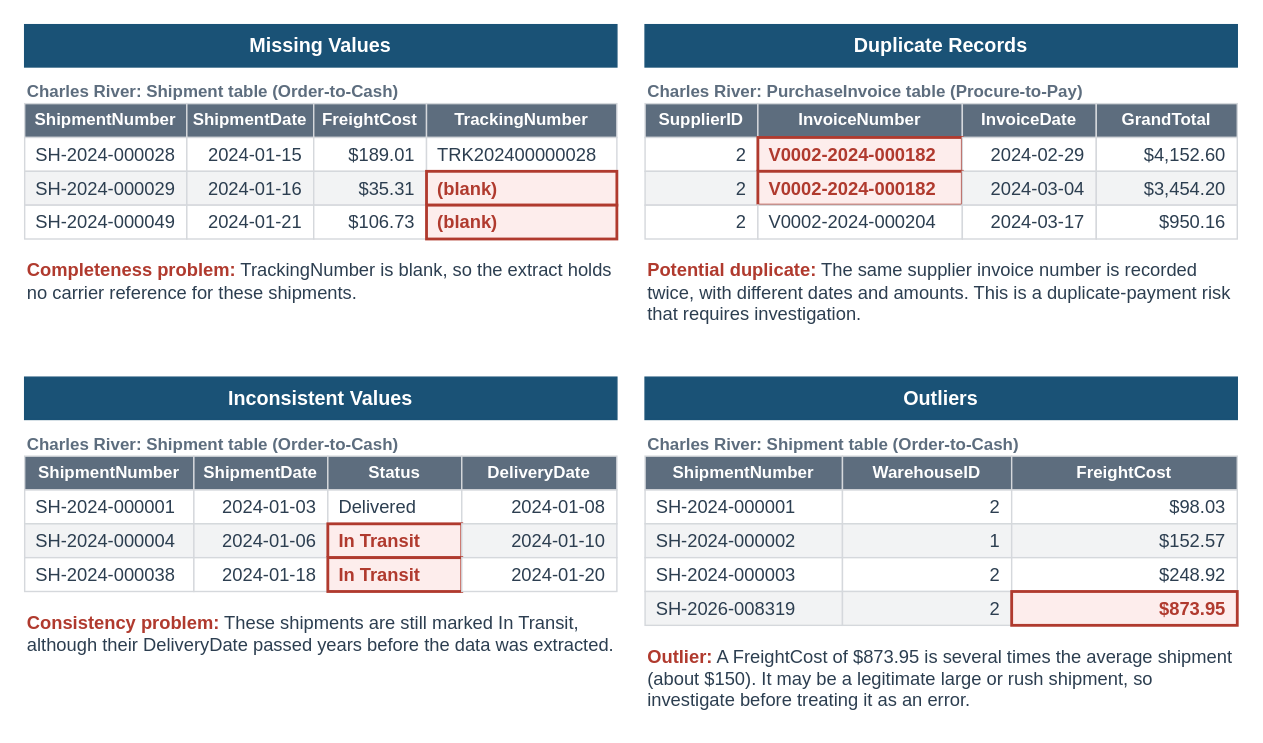
Earlier version of the draw.io diagram visuals/src/fig-02-03-data-quality-problems.drawio (mmcodesso/Accounting_Analytics_Book). Source tidied: cells renumbered, new cells numbered last; positions are measured from the earlier drawing's top-left corner, leaving out a move shared by most shapes. Both pictures are drawn from the tidied source at 141%, with x=0, y=0 at pixel (24, 24).
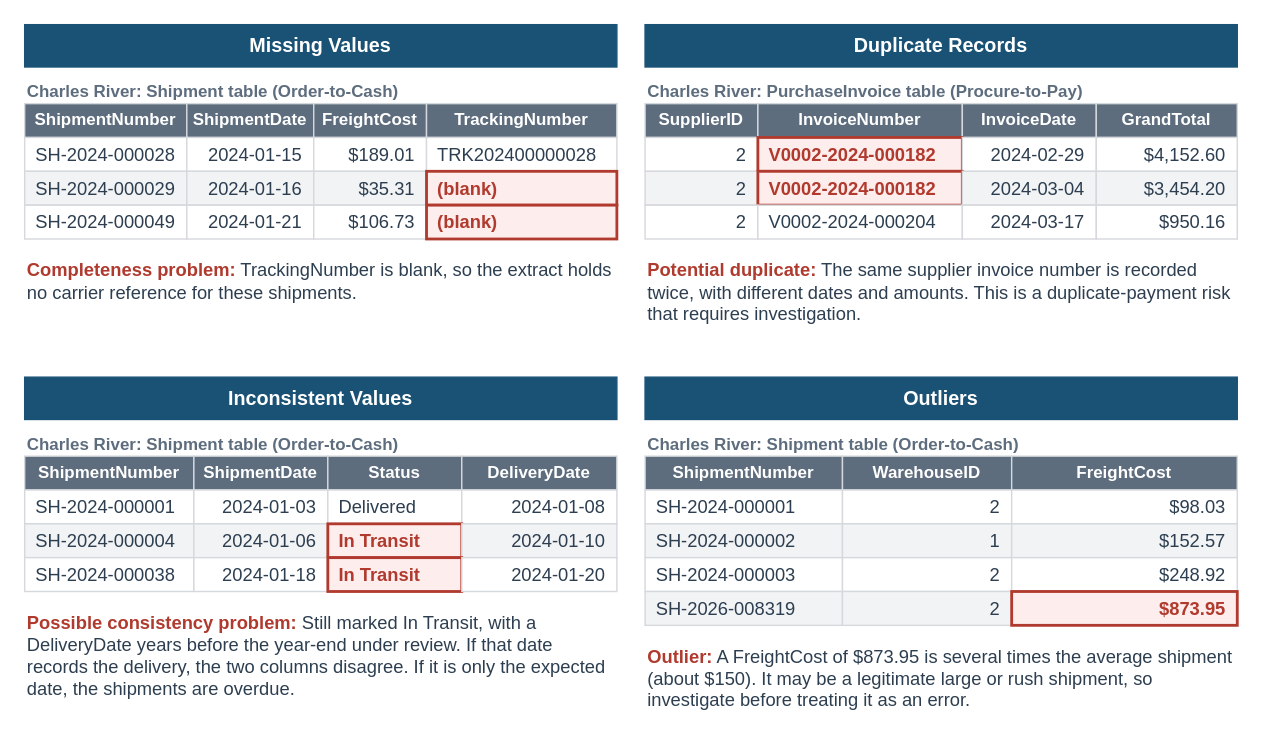
Above is the later version.

Diff of the diagram source:
```diff
@@
-    <mxCell id="59" value="&lt;b&gt;&lt;font color=&quot;#B03A2E&quot;&gt;Consistency problem:&lt;/font&gt;&lt;/b&gt; These shipments are still marked In Transit, although their DeliveryDate passed years before the data was extracted." style="text;html=1;whiteSpace=wrap;align=left;verticalAlign=top;fontSize=13;fontColor=#2C3E50;fontStyle=0;fontFamily=Helvetica;spacing=2;fillColor=none;strokeColor=none;" parent="1" vertex="1">
-      <mxGeometry y="410" width="420" height="56" as="geometry" />
+    <mxCell id="59" value="&lt;b&gt;&lt;font color=&quot;#B03A2E&quot;&gt;Possible consistency problem:&lt;/font&gt;&lt;/b&gt; Still marked In Transit, with a DeliveryDate years before the year-end under review. If that date records the delivery, the two columns disagree. If it is only the expected date, the shipments are overdue." style="text;html=1;whiteSpace=wrap;align=left;verticalAlign=top;fontSize=13;fontColor=#2C3E50;fontStyle=0;fontFamily=Helvetica;spacing=2;fillColor=none;strokeColor=none;" parent="1" vertex="1">
+      <mxGeometry y="410" width="420" height="74" as="geometry" />
     </mxCell>
```
